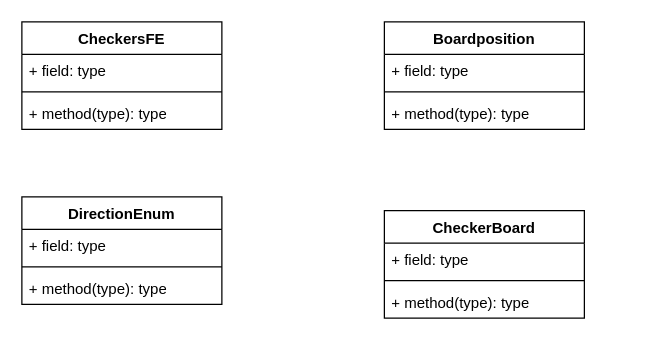
Above: CheckersUML.drawio in ksurisetty11/checkers-project (draw.io), before the change. Source tidied: cells renumbered, new cells numbered last; positions are measured from the earlier drawing's top-left corner, leaving out a move shared by most shapes. Both pictures are drawn from the tidied source at 125%, with x=0, y=0 at pixel (21, 21).
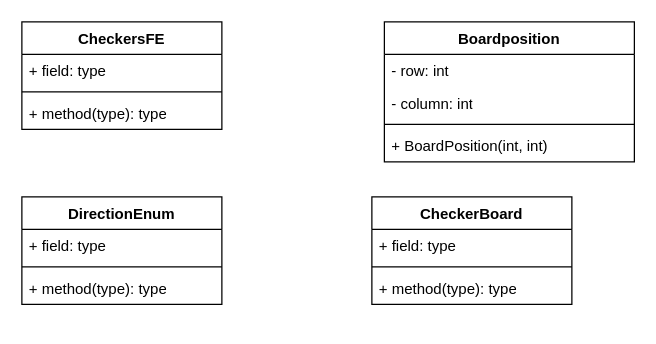
The same diagram, later.

The edit, as a diff of the source:
```diff
@@
 <mxGraphModel>
   <root>
     <mxCell id="0" />
     <mxCell id="1" parent="0" />
     <mxCell id="2" value="CheckersFE" style="swimlane;fontStyle=1;align=center;verticalAlign=top;horizontal=1;startSize=26;whiteSpace=wrap;html=1;" parent="1" vertex="1">
       <mxGeometry width="160" height="86" as="geometry" />
     </mxCell>
     <mxCell id="3" value="+ field: type" style="text;strokeColor=none;fillColor=none;align=left;verticalAlign=top;spacingLeft=4;spacingRight=4;overflow=hidden;whiteSpace=wrap;html=1;" parent="2" vertex="1">
       <mxGeometry y="26" width="160" height="26" as="geometry" />
     </mxCell>
     <mxCell id="4" style="line;strokeWidth=1;fillColor=none;align=left;verticalAlign=middle;spacingTop=-1;spacingLeft=3;spacingRight=3;labelPosition=right;strokeColor=inherit;" parent="2" vertex="1">
       <mxGeometry y="52" width="160" height="8" as="geometry" />
     </mxCell>
     <mxCell id="5" value="+ method(type): type" style="text;strokeColor=none;fillColor=none;align=left;verticalAlign=top;spacingLeft=4;spacingRight=4;overflow=hidden;whiteSpace=wrap;html=1;" parent="2" vertex="1">
       <mxGeometry y="60" width="160" height="26" as="geometry" />
     </mxCell>
     <mxCell id="6" value="Boardposition" style="swimlane;fontStyle=1;align=center;verticalAlign=top;horizontal=1;startSize=26;whiteSpace=wrap;html=1;" parent="1" vertex="1">
-      <mxGeometry x="290" width="160" height="86" as="geometry" />
+      <mxGeometry x="290" width="200" height="112" as="geometry" />
     </mxCell>
-    <mxCell id="7" value="+ field: type" style="text;strokeColor=none;fillColor=none;align=left;verticalAlign=top;spacingLeft=4;spacingRight=4;overflow=hidden;whiteSpace=wrap;html=1;" parent="6" vertex="1">
-      <mxGeometry y="26" width="160" height="26" as="geometry" />
+    <mxCell id="7" value="- row: int" style="text;strokeColor=none;fillColor=none;align=left;verticalAlign=top;spacingLeft=4;spacingRight=4;overflow=hidden;whiteSpace=wrap;html=1;" parent="6" vertex="1">
+      <mxGeometry y="26" width="200" height="26" as="geometry" />
     </mxCell>
+    <mxCell id="18" value="- column: int" style="text;strokeColor=none;fillColor=none;align=left;verticalAlign=top;spacingLeft=4;spacingRight=4;overflow=hidden;whiteSpace=wrap;html=1;" parent="6" vertex="1">
+      <mxGeometry y="52" width="200" height="26" as="geometry" />
+    </mxCell>
     <mxCell id="8" style="line;strokeWidth=1;fillColor=none;align=left;verticalAlign=middle;spacingTop=-1;spacingLeft=3;spacingRight=3;labelPosition=right;strokeColor=inherit;" parent="6" vertex="1">
-      <mxGeometry y="52" width="160" height="8" as="geometry" />
+      <mxGeometry y="78" width="200" height="8" as="geometry" />
     </mxCell>
-    <mxCell id="9" value="+ method(type): type" style="text;strokeColor=none;fillColor=none;align=left;verticalAlign=top;spacingLeft=4;spacingRight=4;overflow=hidden;whiteSpace=wrap;html=1;" parent="6" vertex="1">
-      <mxGeometry y="60" width="160" height="26" as="geometry" />
+    <mxCell id="9" value="+ BoardPosition(int, int)" style="text;strokeColor=none;fillColor=none;align=left;verticalAlign=top;spacingLeft=4;spacingRight=4;overflow=hidden;whiteSpace=wrap;html=1;" parent="6" vertex="1">
+      <mxGeometry y="86" width="200" height="26" as="geometry" />
     </mxCell>
     <mxCell id="10" value="DirectionEnum" style="swimlane;fontStyle=1;align=center;verticalAlign=top;horizontal=1;startSize=26;whiteSpace=wrap;html=1;" parent="1" vertex="1">
       <mxGeometry y="140" width="160" height="86" as="geometry" />
     </mxCell>
     <mxCell id="11" value="+ field: type" style="text;strokeColor=none;fillColor=none;align=left;verticalAlign=top;spacingLeft=4;spacingRight=4;overflow=hidden;whiteSpace=wrap;html=1;" parent="10" vertex="1">
       <mxGeometry y="26" width="160" height="26" as="geometry" />
     </mxCell>
     <mxCell id="12" style="line;strokeWidth=1;fillColor=none;align=left;verticalAlign=middle;spacingTop=-1;spacingLeft=3;spacingRight=3;labelPosition=right;strokeColor=inherit;" parent="10" vertex="1">
       <mxGeometry y="52" width="160" height="8" as="geometry" />
     </mxCell>
     <mxCell id="13" value="+ method(type): type" style="text;strokeColor=none;fillColor=none;align=left;verticalAlign=top;spacingLeft=4;spacingRight=4;overflow=hidden;whiteSpace=wrap;html=1;" parent="10" vertex="1">
       <mxGeometry y="60" width="160" height="26" as="geometry" />
     </mxCell>
     <mxCell id="14" value="CheckerBoard" style="swimlane;fontStyle=1;align=center;verticalAlign=top;horizontal=1;startSize=26;whiteSpace=wrap;html=1;" parent="1" vertex="1">
-      <mxGeometry x="290" y="151" width="160" height="86" as="geometry" />
+      <mxGeometry x="280" y="140" width="160" height="86" as="geometry" />
     </mxCell>
     <mxCell id="15" value="+ field: type" style="text;strokeColor=none;fillColor=none;align=left;verticalAlign=top;spacingLeft=4;spacingRight=4;overflow=hidden;whiteSpace=wrap;html=1;" parent="14" vertex="1">
       <mxGeometry y="26" width="160" height="26" as="geometry" />
     </mxCell>
     <mxCell id="16" style="line;strokeWidth=1;fillColor=none;align=left;verticalAlign=middle;spacingTop=-1;spacingLeft=3;spacingRight=3;labelPosition=right;strokeColor=inherit;" parent="14" vertex="1">
       <mxGeometry y="52" width="160" height="8" as="geometry" />
     </mxCell>
     <mxCell id="17" value="+ method(type): type" style="text;strokeColor=none;fillColor=none;align=left;verticalAlign=top;spacingLeft=4;spacingRight=4;overflow=hidden;whiteSpace=wrap;html=1;" parent="14" vertex="1">
       <mxGeometry y="60" width="160" height="26" as="geometry" />
     </mxCell>
   </root>
 </mxGraphModel>
```
